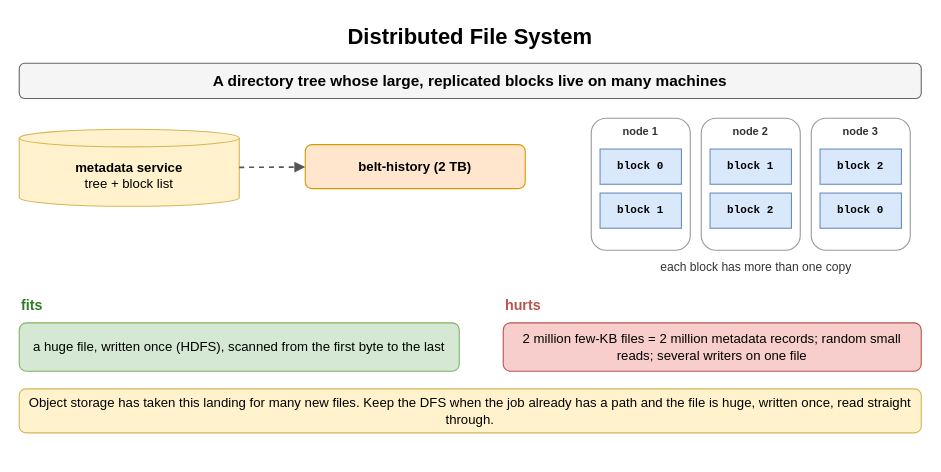
amendez13/swe-study-guide keeps this draw.io diagram as page "Distributed File System" (3 of 10) of content/09_System_Design_Interview/13_Storage_and_Data_Processing_at_Scale/diagrams/storage-processing.drawio. Above is the earlier version. Source tidied: cells renumbered, new cells numbered last; positions are measured from the earlier drawing's top-left corner, leaving out a move shared by most shapes. Both pictures are drawn from the tidied source at 110%, with x=0, y=0 at pixel (19, 19).
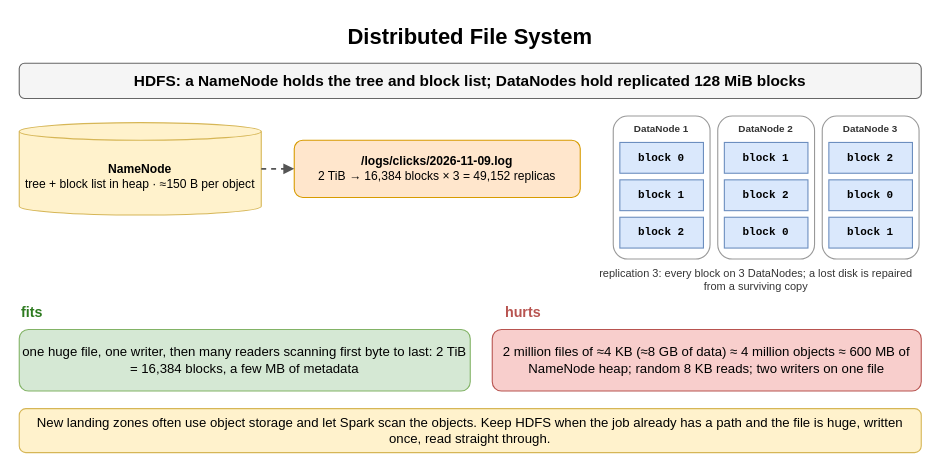
After the change.

The edit, as a diff of the source:
```diff
@@
-    <mxCell id="3" value="A directory tree whose large, replicated blocks live on many machines" style="rounded=1;whiteSpace=wrap;html=1;fillColor=#f5f5f5;strokeColor=#666666;fontStyle=1;fontSize=14;" parent="1" vertex="1">
+    <mxCell id="3" value="HDFS: a NameNode holds the tree and block list; DataNodes hold replicated 128 MiB blocks" style="rounded=1;whiteSpace=wrap;html=1;fillColor=#f5f5f5;strokeColor=#666666;fontStyle=1;fontSize=14;" parent="1" vertex="1">
       <mxGeometry y="40" width="820" height="32" as="geometry" />
     </mxCell>
-    <mxCell id="4" value="metadata service&lt;br&gt;&lt;span style='font-weight:normal'&gt;tree + block list&lt;/span&gt;" style="shape=cylinder3;whiteSpace=wrap;html=1;boundedLbl=1;backgroundOutline=1;size=8;fillColor=#fff2cc;strokeColor=#d6b656;fontStyle=1;fontSize=12;" parent="1" vertex="1">
-      <mxGeometry y="100" width="200" height="70" as="geometry" />
+    <mxCell id="4" value="NameNode&lt;br&gt;&lt;span style='font-weight:normal'&gt;tree + block list in heap · ≈150 B per object&lt;/span&gt;" style="shape=cylinder3;whiteSpace=wrap;html=1;boundedLbl=1;backgroundOutline=1;size=8;fillColor=#fff2cc;strokeColor=#d6b656;fontStyle=1;fontSize=11;" parent="1" vertex="1">
+      <mxGeometry y="94" width="220" height="84" as="geometry" />
     </mxCell>
-    <mxCell id="5" value="belt-history (2 TB)" style="rounded=1;whiteSpace=wrap;html=1;fillColor=#ffe6cc;strokeColor=#d79b00;fontSize=12;align=center;fontStyle=1;" parent="1" vertex="1">
-      <mxGeometry x="260" y="114" width="200" height="40" as="geometry" />
+    <mxCell id="5" value="/logs/clicks/2026-11-09.log&lt;br&gt;&lt;span style='font-weight:normal'&gt;2 TiB → 16,384 blocks × 3 = 49,152 replicas&lt;/span&gt;" style="rounded=1;whiteSpace=wrap;html=1;fillColor=#ffe6cc;strokeColor=#d79b00;fontSize=11;align=center;fontStyle=1;" parent="1" vertex="1">
+      <mxGeometry x="250" y="110" width="260" height="52" as="geometry" />
     </mxCell>
@@
     <mxCell id="7" style="rounded=1;whiteSpace=wrap;html=1;fillColor=#ffffff;strokeColor=#999999;fontSize=12;align=center;fontStyle=1;" parent="1" vertex="1">
-      <mxGeometry x="520" y="90" width="90" height="120" as="geometry" />
+      <mxGeometry x="540" y="88" width="88" height="130" as="geometry" />
     </mxCell>
-    <mxCell id="8" value="node 1" style="text;html=1;whiteSpace=wrap;fontSize=11;align=center;verticalAlign=middle;fontSize=10;fontColor=#333333;fontStyle=1;" parent="1" vertex="1">
-      <mxGeometry x="520" y="94" width="90" height="16" as="geometry" />
+    <mxCell id="8" value="DataNode 1" style="text;html=1;whiteSpace=wrap;fontSize=11;align=center;verticalAlign=middle;fontSize=9;fontColor=#333333;fontStyle=1;" parent="1" vertex="1">
+      <mxGeometry x="540" y="92" width="88" height="16" as="geometry" />
     </mxCell>
     <mxCell id="9" value="block 0" style="rounded=0;whiteSpace=wrap;html=1;fontFamily=Courier New;fontStyle=1;fontSize=13;fillColor=#dae8fc;strokeColor=#6c8ebf;fontSize=10;" parent="1" vertex="1">
-      <mxGeometry x="528" y="118" width="74" height="32" as="geometry" />
+      <mxGeometry x="546" y="112" width="76" height="28" as="geometry" />
     </mxCell>
     <mxCell id="10" value="block 1" style="rounded=0;whiteSpace=wrap;html=1;fontFamily=Courier New;fontStyle=1;fontSize=13;fillColor=#dae8fc;strokeColor=#6c8ebf;fontSize=10;" parent="1" vertex="1">
-      <mxGeometry x="528" y="158" width="74" height="32" as="geometry" />
+      <mxGeometry x="546" y="146" width="76" height="28" as="geometry" />
     </mxCell>
-    <mxCell id="11" style="rounded=1;whiteSpace=wrap;html=1;fillColor=#ffffff;strokeColor=#999999;fontSize=12;align=center;fontStyle=1;" parent="1" vertex="1">
-      <mxGeometry x="620" y="90" width="90" height="120" as="geometry" />
+    <mxCell id="11" value="block 2" style="rounded=0;whiteSpace=wrap;html=1;fontFamily=Courier New;fontStyle=1;fontSize=13;fillColor=#dae8fc;strokeColor=#6c8ebf;fontSize=10;" parent="1" vertex="1">
+      <mxGeometry x="546" y="180" width="76" height="28" as="geometry" />
     </mxCell>
-    <mxCell id="12" value="node 2" style="text;html=1;whiteSpace=wrap;fontSize=11;align=center;verticalAlign=middle;fontSize=10;fontColor=#333333;fontStyle=1;" parent="1" vertex="1">
-      <mxGeometry x="620" y="94" width="90" height="16" as="geometry" />
+    <mxCell id="12" style="rounded=1;whiteSpace=wrap;html=1;fillColor=#ffffff;strokeColor=#999999;fontSize=12;align=center;fontStyle=1;" parent="1" vertex="1">
+      <mxGeometry x="635" y="88" width="88" height="130" as="geometry" />
     </mxCell>
-    <mxCell id="13" value="block 1" style="rounded=0;whiteSpace=wrap;html=1;fontFamily=Courier New;fontStyle=1;fontSize=13;fillColor=#dae8fc;strokeColor=#6c8ebf;fontSize=10;" parent="1" vertex="1">
-      <mxGeometry x="628" y="118" width="74" height="32" as="geometry" />
+    <mxCell id="13" value="DataNode 2" style="text;html=1;whiteSpace=wrap;fontSize=11;align=center;verticalAlign=middle;fontSize=9;fontColor=#333333;fontStyle=1;" parent="1" vertex="1">
+      <mxGeometry x="635" y="92" width="88" height="16" as="geometry" />
     </mxCell>
-    <mxCell id="14" value="block 2" style="rounded=0;whiteSpace=wrap;html=1;fontFamily=Courier New;fontStyle=1;fontSize=13;fillColor=#dae8fc;strokeColor=#6c8ebf;fontSize=10;" parent="1" vertex="1">
-      <mxGeometry x="628" y="158" width="74" height="32" as="geometry" />
+    <mxCell id="14" value="block 1" style="rounded=0;whiteSpace=wrap;html=1;fontFamily=Courier New;fontStyle=1;fontSize=13;fillColor=#dae8fc;strokeColor=#6c8ebf;fontSize=10;" parent="1" vertex="1">
+      <mxGeometry x="641" y="112" width="76" height="28" as="geometry" />
     </mxCell>
-    <mxCell id="15" style="rounded=1;whiteSpace=wrap;html=1;fillColor=#ffffff;strokeColor=#999999;fontSize=12;align=center;fontStyle=1;" parent="1" vertex="1">
-      <mxGeometry x="720" y="90" width="90" height="120" as="geometry" />
+    <mxCell id="15" value="block 2" style="rounded=0;whiteSpace=wrap;html=1;fontFamily=Courier New;fontStyle=1;fontSize=13;fillColor=#dae8fc;strokeColor=#6c8ebf;fontSize=10;" parent="1" vertex="1">
+      <mxGeometry x="641" y="146" width="76" height="28" as="geometry" />
     </mxCell>
-    <mxCell id="16" value="node 3" style="text;html=1;whiteSpace=wrap;fontSize=11;align=center;verticalAlign=middle;fontSize=10;fontColor=#333333;fontStyle=1;" parent="1" vertex="1">
-      <mxGeometry x="720" y="94" width="90" height="16" as="geometry" />
+    <mxCell id="16" value="block 0" style="rounded=0;whiteSpace=wrap;html=1;fontFamily=Courier New;fontStyle=1;fontSize=13;fillColor=#dae8fc;strokeColor=#6c8ebf;fontSize=10;" parent="1" vertex="1">
+      <mxGeometry x="641" y="180" width="76" height="28" as="geometry" />
     </mxCell>
-    <mxCell id="17" value="block 2" style="rounded=0;whiteSpace=wrap;html=1;fontFamily=Courier New;fontStyle=1;fontSize=13;fillColor=#dae8fc;strokeColor=#6c8ebf;fontSize=10;" parent="1" vertex="1">
-      <mxGeometry x="728" y="118" width="74" height="32" as="geometry" />
+    <mxCell id="17" style="rounded=1;whiteSpace=wrap;html=1;fillColor=#ffffff;strokeColor=#999999;fontSize=12;align=center;fontStyle=1;" parent="1" vertex="1">
+      <mxGeometry x="730" y="88" width="88" height="130" as="geometry" />
     </mxCell>
-    <mxCell id="18" value="block 0" style="rounded=0;whiteSpace=wrap;html=1;fontFamily=Courier New;fontStyle=1;fontSize=13;fillColor=#dae8fc;strokeColor=#6c8ebf;fontSize=10;" parent="1" vertex="1">
-      <mxGeometry x="728" y="158" width="74" height="32" as="geometry" />
+    <mxCell id="18" value="DataNode 3" style="text;html=1;whiteSpace=wrap;fontSize=11;align=center;verticalAlign=middle;fontSize=9;fontColor=#333333;fontStyle=1;" parent="1" vertex="1">
+      <mxGeometry x="730" y="92" width="88" height="16" as="geometry" />
     </mxCell>
-    <mxCell id="19" value="each block has more than one copy" style="text;html=1;whiteSpace=wrap;fontSize=11;align=center;verticalAlign=middle;fontSize=11;fontColor=#333333;" parent="1" vertex="1">
-      <mxGeometry x="520" y="216" width="300" height="18" as="geometry" />
+    <mxCell id="19" value="block 2" style="rounded=0;whiteSpace=wrap;html=1;fontFamily=Courier New;fontStyle=1;fontSize=13;fillColor=#dae8fc;strokeColor=#6c8ebf;fontSize=10;" parent="1" vertex="1">
+      <mxGeometry x="736" y="112" width="76" height="28" as="geometry" />
     </mxCell>
-    <mxCell id="20" value="fits" style="text;html=1;whiteSpace=wrap;fontSize=11;align=left;verticalAlign=middle;fontSize=13;fontColor=#2d7a1f;fontStyle=1;" parent="1" vertex="1">
-      <mxGeometry y="250" width="400" height="20" as="geometry" />
+    <mxCell id="20" value="block 0" style="rounded=0;whiteSpace=wrap;html=1;fontFamily=Courier New;fontStyle=1;fontSize=13;fillColor=#dae8fc;strokeColor=#6c8ebf;fontSize=10;" parent="1" vertex="1">
+      <mxGeometry x="736" y="146" width="76" height="28" as="geometry" />
     </mxCell>
-    <mxCell id="21" value="hurts" style="text;html=1;whiteSpace=wrap;fontSize=11;align=left;verticalAlign=middle;fontSize=13;fontColor=#b85450;fontStyle=1;" parent="1" vertex="1">
-      <mxGeometry x="440" y="250" width="380" height="20" as="geometry" />
+    <mxCell id="21" value="block 1" style="rounded=0;whiteSpace=wrap;html=1;fontFamily=Courier New;fontStyle=1;fontSize=13;fillColor=#dae8fc;strokeColor=#6c8ebf;fontSize=10;" parent="1" vertex="1">
+      <mxGeometry x="736" y="180" width="76" height="28" as="geometry" />
     </mxCell>
-    <mxCell id="22" value="a huge file, written once (HDFS), scanned from the first byte to the last" style="rounded=1;whiteSpace=wrap;html=1;fillColor=#d5e8d4;strokeColor=#82b366;fontSize=12;align=center;" parent="1" vertex="1">
-      <mxGeometry y="276" width="400" height="44" as="geometry" />
+    <mxCell id="22" value="replication 3: every block on 3 DataNodes; a lost disk is repaired from a surviving copy" style="text;html=1;whiteSpace=wrap;fontSize=11;align=center;verticalAlign=middle;fontSize=10;fontColor=#333333;" parent="1" vertex="1">
+      <mxGeometry x="520" y="222" width="300" height="30" as="geometry" />
     </mxCell>
-    <mxCell id="23" value="2 million few-KB files = 2 million metadata records; random small reads; several writers on one file" style="rounded=1;whiteSpace=wrap;html=1;fillColor=#f8cecc;strokeColor=#b85450;fontSize=12;align=center;" parent="1" vertex="1">
-      <mxGeometry x="440" y="276" width="380" height="44" as="geometry" />
+    <mxCell id="23" value="fits" style="text;html=1;whiteSpace=wrap;fontSize=11;align=left;verticalAlign=middle;fontSize=13;fontColor=#2d7a1f;fontStyle=1;" parent="1" vertex="1">
+      <mxGeometry y="256" width="400" height="20" as="geometry" />
     </mxCell>
-    <mxCell id="24" value="Object storage has taken this landing for many new files. Keep the DFS when the job already has a path and the file is huge, written once, read straight through." style="rounded=1;whiteSpace=wrap;html=1;fillColor=#fff2cc;strokeColor=#d6b656;fontSize=12;align=center;" parent="1" vertex="1">
-      <mxGeometry y="336" width="820" height="40" as="geometry" />
+    <mxCell id="24" value="hurts" style="text;html=1;whiteSpace=wrap;fontSize=11;align=left;verticalAlign=middle;fontSize=13;fontColor=#b85450;fontStyle=1;" parent="1" vertex="1">
+      <mxGeometry x="440" y="256" width="380" height="20" as="geometry" />
     </mxCell>
+    <mxCell id="25" value="one huge file, one writer, then many readers scanning first byte to last: 2 TiB = 16,384 blocks, a few MB of metadata" style="rounded=1;whiteSpace=wrap;html=1;fillColor=#d5e8d4;strokeColor=#82b366;fontSize=12;align=center;" parent="1" vertex="1">
+      <mxGeometry y="282" width="410" height="56" as="geometry" />
+    </mxCell>
+    <mxCell id="26" value="2 million files of ≈4 KB (≈8 GB of data) ≈ 4 million objects ≈ 600 MB of NameNode heap; random 8 KB reads; two writers on one file" style="rounded=1;whiteSpace=wrap;html=1;fillColor=#f8cecc;strokeColor=#b85450;fontSize=12;align=center;" parent="1" vertex="1">
+      <mxGeometry x="430" y="282" width="390" height="56" as="geometry" />
+    </mxCell>
+    <mxCell id="27" value="New landing zones often use object storage and let Spark scan the objects. Keep HDFS when the job already has a path and the file is huge, written once, read straight through." style="rounded=1;whiteSpace=wrap;html=1;fillColor=#fff2cc;strokeColor=#d6b656;fontSize=12;align=center;" parent="1" vertex="1">
+      <mxGeometry y="354" width="820" height="40" as="geometry" />
+    </mxCell>
```
